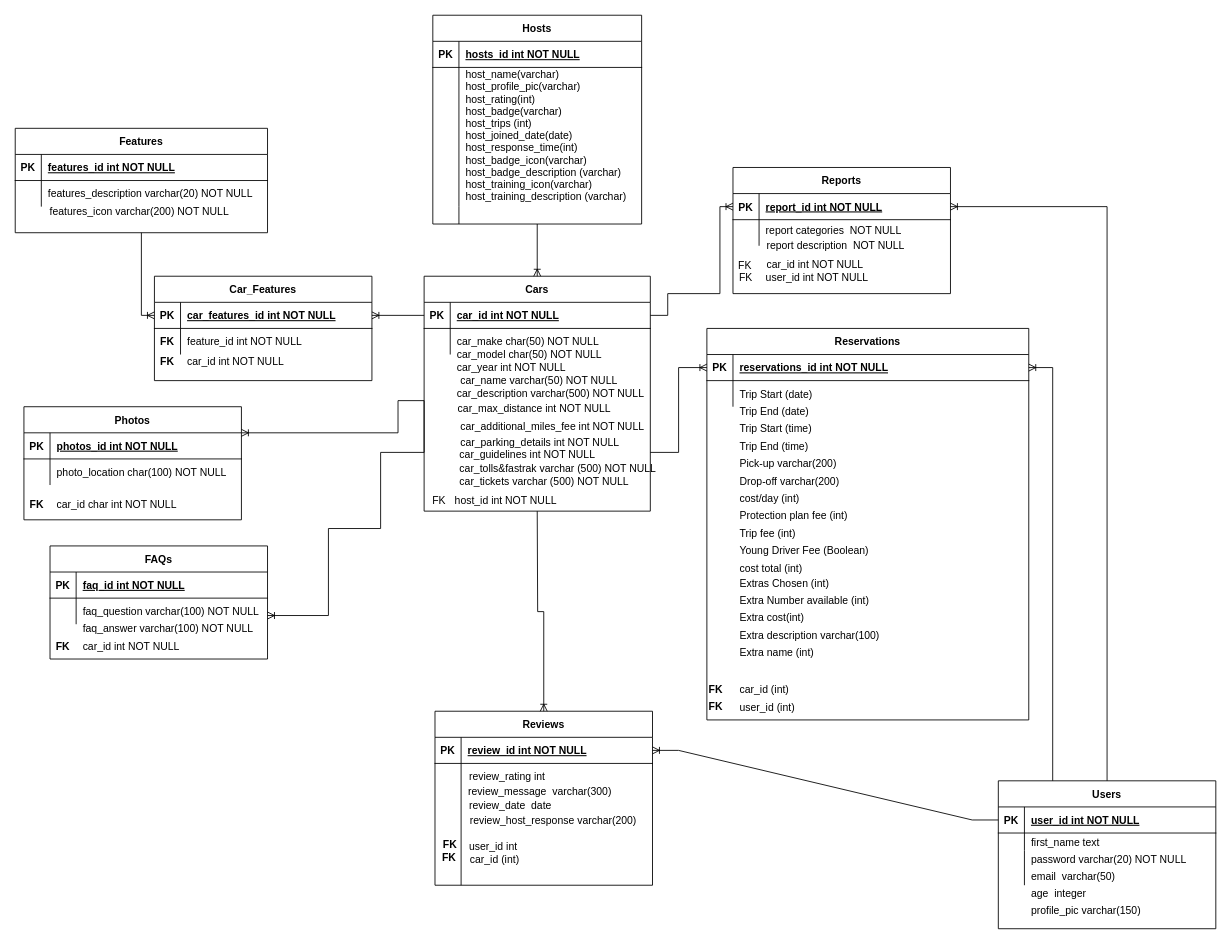
Before: page "ERD" (1 of 2) of Untitled Diagram.drawio in crose275/fec-turo, a draw.io diagram. Source tidied: cells renumbered, new cells numbered last; positions are measured from the earlier drawing's top-left corner, leaving out a move shared by most shapes. Both pictures are drawn from the tidied source at 87%, with x=0, y=0 at pixel (15, 15).
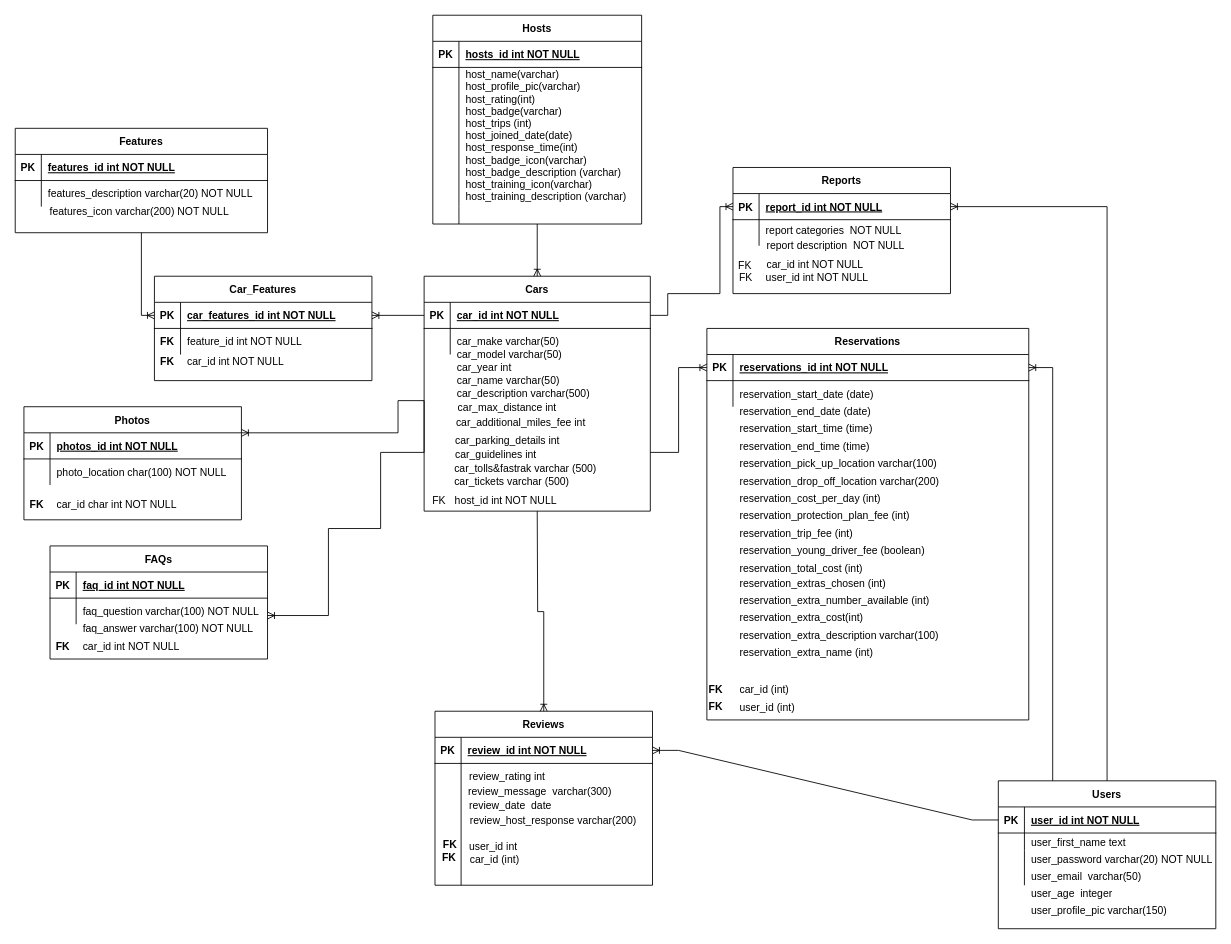
The same page after the edit.

The change refers to these unchanged cells:
```xml
<mxCell id="6" style="shape=partialRectangle;fillColor=none;top=0;left=0;right=0;bottom=0;" parent="2" vertex="1">
  <mxGeometry y="60" width="250" height="20" as="geometry" />
</mxCell>
<mxCell id="26" style="shape=partialRectangle;fillColor=none;top=0;left=0;right=0;bottom=0;" parent="22" vertex="1">
  <mxGeometry y="60" width="260" height="30" as="geometry" />
</mxCell>
<mxCell id="50" style="shape=partialRectangle;fillColor=none;top=0;left=0;right=0;bottom=0;" parent="46" vertex="1">
  <mxGeometry y="60" width="370" height="30" as="geometry" />
</mxCell>
<mxCell id="97" style="shape=partialRectangle;fillColor=none;top=0;left=0;right=0;bottom=0;" parent="1" vertex="1">
  <mxGeometry x="1130" y="979" width="250" height="20" as="geometry" />
</mxCell>
<mxCell id="100" style="shape=partialRectangle;fillColor=none;top=0;left=0;right=0;bottom=0;" parent="1" vertex="1">
  <mxGeometry x="1130" y="960" width="250" height="20" as="geometry" />
</mxCell>
<mxCell id="104" style="shape=partialRectangle;fillColor=none;top=0;left=0;right=0;bottom=0;" parent="1" vertex="1">
  <mxGeometry x="1130" y="999" width="250" height="20" as="geometry" />
</mxCell>
<mxCell id="116" style="shape=partialRectangle;fillColor=none;top=0;left=0;right=0;bottom=0;" parent="1" vertex="1">
  <mxGeometry x="1130" y="1019" width="250" height="20" as="geometry" />
</mxCell>
```

Diff of the diagram source:
```diff
@@
-    <mxCell id="8" value="first_name text" style="shape=partialRectangle;overflow=hidden;fillColor=none;top=0;left=0;bottom=0;right=0;align=left;spacingLeft=6;" parent="6" vertex="1">
+    <mxCell id="8" value="user_first_name text" style="shape=partialRectangle;overflow=hidden;fillColor=none;top=0;left=0;bottom=0;right=0;align=left;spacingLeft=6;" parent="6" vertex="1">
       <mxGeometry x="30" width="220" height="20" as="geometry" />
     </mxCell>
@@
-    <mxCell id="28" value="car_make char(50) NOT NULL" style="shape=partialRectangle;overflow=hidden;fillColor=none;top=0;left=0;bottom=0;right=0;align=left;spacingLeft=6;" parent="26" vertex="1">
+    <mxCell id="28" value="car_make varchar(50)" style="shape=partialRectangle;overflow=hidden;fillColor=none;top=0;left=0;bottom=0;right=0;align=left;spacingLeft=6;" parent="26" vertex="1">
       <mxGeometry x="30" width="230" height="30" as="geometry" />
     </mxCell>
@@
-    <mxCell id="36" value="car_model char(50) NOT NULL" style="shape=partialRectangle;overflow=hidden;fillColor=none;top=0;left=0;bottom=0;right=0;align=left;spacingLeft=6;" parent="1" vertex="1">
-      <mxGeometry x="500" y="374" width="220" height="30" as="geometry" />
+    <mxCell id="36" value="car_model varchar(50)" style="shape=partialRectangle;overflow=hidden;fillColor=none;top=0;left=0;bottom=0;right=0;align=left;spacingLeft=6;" parent="1" vertex="1">
+      <mxGeometry x="500" y="378" width="220" height="24" as="geometry" />
     </mxCell>
-    <mxCell id="37" value="car_year int NOT NULL" style="shape=partialRectangle;overflow=hidden;fillColor=none;top=0;left=0;bottom=0;right=0;align=left;spacingLeft=6;" parent="1" vertex="1">
+    <mxCell id="37" value="car_year int" style="shape=partialRectangle;overflow=hidden;fillColor=none;top=0;left=0;bottom=0;right=0;align=left;spacingLeft=6;" parent="1" vertex="1">
       <mxGeometry x="500" y="389" width="220" height="30" as="geometry" />
     </mxCell>
@@
-    <mxCell id="52" value="Trip Start (date)" style="shape=partialRectangle;overflow=hidden;fillColor=none;top=0;left=0;bottom=0;right=0;align=left;spacingLeft=6;" parent="50" vertex="1">
+    <mxCell id="52" value="reservation_start_date (date)" style="shape=partialRectangle;overflow=hidden;fillColor=none;top=0;left=0;bottom=0;right=0;align=left;spacingLeft=6;" parent="50" vertex="1">
       <mxGeometry x="30" width="340" height="30" as="geometry" />
     </mxCell>
@@
-    <mxCell id="80" value="car_description varchar(500) NOT NULL" style="shape=partialRectangle;overflow=hidden;fillColor=none;top=0;left=0;bottom=0;right=0;align=left;spacingLeft=6;" parent="1" vertex="1">
+    <mxCell id="80" value="car_description varchar(500)" style="shape=partialRectangle;overflow=hidden;fillColor=none;top=0;left=0;bottom=0;right=0;align=left;spacingLeft=6;" parent="1" vertex="1">
       <mxGeometry x="500" y="419" width="230" height="30" as="geometry" />
     </mxCell>
-    <mxCell id="81" value="Pick-up varchar(200)" style="shape=partialRectangle;overflow=hidden;fillColor=none;top=0;left=0;bottom=0;right=0;align=left;spacingLeft=6;" parent="1" vertex="1">
+    <mxCell id="81" value="reservation_pick_up_location varchar(100)" style="shape=partialRectangle;overflow=hidden;fillColor=none;top=0;left=0;bottom=0;right=0;align=left;spacingLeft=6;" parent="1" vertex="1">
       <mxGeometry x="825" y="500" width="340" height="30" as="geometry" />
     </mxCell>
@@
-    <mxCell id="89" value="cost/day (int)" style="shape=partialRectangle;overflow=hidden;fillColor=none;top=0;left=0;bottom=0;right=0;align=left;spacingLeft=6;" parent="1" vertex="1">
+    <mxCell id="89" value="reservation_cost_per_day (int)" style="shape=partialRectangle;overflow=hidden;fillColor=none;top=0;left=0;bottom=0;right=0;align=left;spacingLeft=6;" parent="1" vertex="1">
       <mxGeometry x="825" y="540" width="340" height="30" as="geometry" />
     </mxCell>
@@
-    <mxCell id="91" value="cost total (int)" style="shape=partialRectangle;overflow=hidden;fillColor=none;top=0;left=0;bottom=0;right=0;align=left;spacingLeft=6;" parent="1" vertex="1">
+    <mxCell id="91" value="reservation_total_cost (int)" style="shape=partialRectangle;overflow=hidden;fillColor=none;top=0;left=0;bottom=0;right=0;align=left;spacingLeft=6;" parent="1" vertex="1">
       <mxGeometry x="825" y="620" width="340" height="30" as="geometry" />
     </mxCell>
@@
-    <mxCell id="93" value="Trip End (date)" style="shape=partialRectangle;overflow=hidden;fillColor=none;top=0;left=0;bottom=0;right=0;align=left;spacingLeft=6;" parent="1" vertex="1">
+    <mxCell id="93" value="reservation_end_date (date)" style="shape=partialRectangle;overflow=hidden;fillColor=none;top=0;left=0;bottom=0;right=0;align=left;spacingLeft=6;" parent="1" vertex="1">
       <mxGeometry x="825" y="440" width="340" height="30" as="geometry" />
     </mxCell>
@@
-    <mxCell id="95" value="Trip Start (time)" style="shape=partialRectangle;overflow=hidden;fillColor=none;top=0;left=0;bottom=0;right=0;align=left;spacingLeft=6;" parent="1" vertex="1">
+    <mxCell id="95" value="reservation_start_time (time)" style="shape=partialRectangle;overflow=hidden;fillColor=none;top=0;left=0;bottom=0;right=0;align=left;spacingLeft=6;" parent="1" vertex="1">
       <mxGeometry x="825" y="460" width="340" height="30" as="geometry" />
     </mxCell>
-    <mxCell id="96" value="Trip End (time)" style="shape=partialRectangle;overflow=hidden;fillColor=none;top=0;left=0;bottom=0;right=0;align=left;spacingLeft=6;" parent="1" vertex="1">
+    <mxCell id="96" value="reservation_end_time (time)" style="shape=partialRectangle;overflow=hidden;fillColor=none;top=0;left=0;bottom=0;right=0;align=left;spacingLeft=6;" parent="1" vertex="1">
       <mxGeometry x="825" y="480" width="340" height="30" as="geometry" />
     </mxCell>
@@
-    <mxCell id="99" value="email  varchar(50)" style="shape=partialRectangle;overflow=hidden;fillColor=none;top=0;left=0;bottom=0;right=0;align=left;spacingLeft=6;" parent="97" vertex="1">
+    <mxCell id="99" value="user_email  varchar(50)" style="shape=partialRectangle;overflow=hidden;fillColor=none;top=0;left=0;bottom=0;right=0;align=left;spacingLeft=6;" parent="97" vertex="1">
       <mxGeometry x="30" width="220" height="20" as="geometry" />
     </mxCell>
@@
-    <mxCell id="102" value="password varchar(20) NOT NULL" style="shape=partialRectangle;overflow=hidden;fillColor=none;top=0;left=0;bottom=0;right=0;align=left;spacingLeft=6;" parent="100" vertex="1">
+    <mxCell id="102" value="user_password varchar(20) NOT NULL" style="shape=partialRectangle;overflow=hidden;fillColor=none;top=0;left=0;bottom=0;right=0;align=left;spacingLeft=6;" parent="100" vertex="1">
       <mxGeometry x="30" width="220" height="20" as="geometry" />
     </mxCell>
@@
-    <mxCell id="106" value="age  integer" style="shape=partialRectangle;overflow=hidden;fillColor=none;top=0;left=0;bottom=0;right=0;align=left;spacingLeft=6;" parent="104" vertex="1">
+    <mxCell id="106" value="user_age  integer" style="shape=partialRectangle;overflow=hidden;fillColor=none;top=0;left=0;bottom=0;right=0;align=left;spacingLeft=6;" parent="104" vertex="1">
       <mxGeometry x="30" width="220" height="20" as="geometry" />
     </mxCell>
@@
-    <mxCell id="108" value="Drop-off varchar(200)" style="shape=partialRectangle;overflow=hidden;fillColor=none;top=0;left=0;bottom=0;right=0;align=left;spacingLeft=6;" parent="1" vertex="1">
+    <mxCell id="108" value="reservation_drop_off_location varchar(200)" style="shape=partialRectangle;overflow=hidden;fillColor=none;top=0;left=0;bottom=0;right=0;align=left;spacingLeft=6;" parent="1" vertex="1">
       <mxGeometry x="825" y="520" width="340" height="30" as="geometry" />
     </mxCell>
@@
-    <mxCell id="114" value="Protection plan fee (int)" style="shape=partialRectangle;overflow=hidden;fillColor=none;top=0;left=0;bottom=0;right=0;align=left;spacingLeft=6;" parent="1" vertex="1">
+    <mxCell id="114" value="reservation_protection_plan_fee (int)" style="shape=partialRectangle;overflow=hidden;fillColor=none;top=0;left=0;bottom=0;right=0;align=left;spacingLeft=6;" parent="1" vertex="1">
       <mxGeometry x="825" y="560" width="340" height="30" as="geometry" />
     </mxCell>
-    <mxCell id="115" value="Trip fee (int)" style="shape=partialRectangle;overflow=hidden;fillColor=none;top=0;left=0;bottom=0;right=0;align=left;spacingLeft=6;" parent="1" vertex="1">
+    <mxCell id="115" value="reservation_trip_fee (int)" style="shape=partialRectangle;overflow=hidden;fillColor=none;top=0;left=0;bottom=0;right=0;align=left;spacingLeft=6;" parent="1" vertex="1">
       <mxGeometry x="825" y="580" width="340" height="30" as="geometry" />
     </mxCell>
@@
-    <mxCell id="118" value="profile_pic varchar(150)" style="shape=partialRectangle;overflow=hidden;fillColor=none;top=0;left=0;bottom=0;right=0;align=left;spacingLeft=6;" parent="116" vertex="1">
+    <mxCell id="118" value="user_profile_pic varchar(150)" style="shape=partialRectangle;overflow=hidden;fillColor=none;top=0;left=0;bottom=0;right=0;align=left;spacingLeft=6;" parent="116" vertex="1">
       <mxGeometry x="30" width="220" height="20" as="geometry" />
     </mxCell>
-    <mxCell id="119" value="car_max_distance int NOT NULL" style="shape=partialRectangle;overflow=hidden;fillColor=none;top=0;left=0;bottom=0;right=0;align=left;spacingLeft=6;" parent="1" vertex="1">
-      <mxGeometry x="501" y="437" width="230" height="30" as="geometry" />
+    <mxCell id="119" value="car_max_distance int" style="shape=partialRectangle;overflow=hidden;fillColor=none;top=0;left=0;bottom=0;right=0;align=left;spacingLeft=6;" parent="1" vertex="1">
+      <mxGeometry x="501" y="439" width="230" height="23" as="geometry" />
     </mxCell>
-    <mxCell id="120" value="car_additional_miles_fee int NOT NULL" style="shape=partialRectangle;overflow=hidden;fillColor=none;top=0;left=0;bottom=0;right=0;align=left;spacingLeft=6;" parent="1" vertex="1">
-      <mxGeometry x="504" y="457" width="230" height="30" as="geometry" />
+    <mxCell id="120" value="car_additional_miles_fee int" style="shape=partialRectangle;overflow=hidden;fillColor=none;top=0;left=0;bottom=0;right=0;align=left;spacingLeft=6;" parent="1" vertex="1">
+      <mxGeometry x="499" y="456" width="230" height="24" as="geometry" />
     </mxCell>
-    <mxCell id="121" value="Young Driver Fee (Boolean)" style="shape=partialRectangle;overflow=hidden;fillColor=none;top=0;left=0;bottom=0;right=0;align=left;spacingLeft=6;" parent="1" vertex="1">
+    <mxCell id="121" value="reservation_young_driver_fee (boolean)" style="shape=partialRectangle;overflow=hidden;fillColor=none;top=0;left=0;bottom=0;right=0;align=left;spacingLeft=6;" parent="1" vertex="1">
       <mxGeometry x="825" y="600" width="340" height="30" as="geometry" />
     </mxCell>
@@
-    <mxCell id="129" value="Extra Number available (int)" style="shape=partialRectangle;overflow=hidden;fillColor=none;top=0;left=0;bottom=0;right=0;align=left;spacingLeft=6;" parent="1" vertex="1">
+    <mxCell id="129" value="reservation_extra_number_available (int)" style="shape=partialRectangle;overflow=hidden;fillColor=none;top=0;left=0;bottom=0;right=0;align=left;spacingLeft=6;" parent="1" vertex="1">
       <mxGeometry x="825" y="657" width="340" height="30" as="geometry" />
     </mxCell>
-    <mxCell id="130" value="car_parking_details int NOT NULL" style="shape=partialRectangle;overflow=hidden;fillColor=none;top=0;left=0;bottom=0;right=0;align=left;spacingLeft=6;" parent="1" vertex="1">
-      <mxGeometry x="504" y="476" width="230" height="30" as="geometry" />
+    <mxCell id="130" value="car_parking_details int" style="shape=partialRectangle;overflow=hidden;fillColor=none;top=0;left=0;bottom=0;right=0;align=left;spacingLeft=6;" parent="1" vertex="1">
+      <mxGeometry x="498" y="476" width="230" height="24" as="geometry" />
     </mxCell>
-    <mxCell id="131" value="Extra cost(int)" style="shape=partialRectangle;overflow=hidden;fillColor=none;top=0;left=0;bottom=0;right=0;align=left;spacingLeft=6;" parent="1" vertex="1">
+    <mxCell id="131" value="reservation_extra_cost(int)" style="shape=partialRectangle;overflow=hidden;fillColor=none;top=0;left=0;bottom=0;right=0;align=left;spacingLeft=6;" parent="1" vertex="1">
       <mxGeometry x="825" y="677" width="340" height="30" as="geometry" />
     </mxCell>
-    <mxCell id="132" value="car_guidelines int NOT NULL" style="shape=partialRectangle;overflow=hidden;fillColor=none;top=0;left=0;bottom=0;right=0;align=left;spacingLeft=6;" parent="1" vertex="1">
-      <mxGeometry x="503" y="490" width="230" height="30" as="geometry" />
+    <mxCell id="132" value="car_guidelines int" style="shape=partialRectangle;overflow=hidden;fillColor=none;top=0;left=0;bottom=0;right=0;align=left;spacingLeft=6;" parent="1" vertex="1">
+      <mxGeometry x="498" y="489" width="230" height="30" as="geometry" />
     </mxCell>
-    <mxCell id="133" value="Extra description varchar(100)" style="shape=partialRectangle;overflow=hidden;fillColor=none;top=0;left=0;bottom=0;right=0;align=left;spacingLeft=6;" parent="1" vertex="1">
+    <mxCell id="133" value="reservation_extra_description varchar(100)" style="shape=partialRectangle;overflow=hidden;fillColor=none;top=0;left=0;bottom=0;right=0;align=left;spacingLeft=6;" parent="1" vertex="1">
       <mxGeometry x="825" y="697" width="340" height="30" as="geometry" />
     </mxCell>
@@
-    <mxCell id="135" value="Extra name (int) " style="shape=partialRectangle;overflow=hidden;fillColor=none;top=0;left=0;bottom=0;right=0;align=left;spacingLeft=6;" parent="1" vertex="1">
+    <mxCell id="135" value="reservation_extra_name (int) " style="shape=partialRectangle;overflow=hidden;fillColor=none;top=0;left=0;bottom=0;right=0;align=left;spacingLeft=6;" parent="1" vertex="1">
       <mxGeometry x="825" y="717" width="340" height="30" as="geometry" />
     </mxCell>
@@
-    <mxCell id="137" value="Extras Chosen (int)" style="shape=partialRectangle;overflow=hidden;fillColor=none;top=0;left=0;bottom=0;right=0;align=left;spacingLeft=6;fontStyle=0;" parent="1" vertex="1">
+    <mxCell id="137" value="reservation_extras_chosen (int)" style="shape=partialRectangle;overflow=hidden;fillColor=none;top=0;left=0;bottom=0;right=0;align=left;spacingLeft=6;fontStyle=0;" parent="1" vertex="1">
       <mxGeometry x="825" y="638" width="340" height="30" as="geometry" />
     </mxCell>
@@
-    <mxCell id="140" value="car_tolls&amp;fastrak varchar (500) NOT NULL" style="shape=partialRectangle;overflow=hidden;fillColor=none;top=0;left=0;bottom=0;right=0;align=left;spacingLeft=6;" parent="1" vertex="1">
-      <mxGeometry x="503" y="506" width="237" height="30" as="geometry" />
+    <mxCell id="140" value="car_tolls&amp;fastrak varchar (500)" style="shape=partialRectangle;overflow=hidden;fillColor=none;top=0;left=0;bottom=0;right=0;align=left;spacingLeft=6;" parent="1" vertex="1">
+      <mxGeometry x="497" y="506" width="237" height="30" as="geometry" />
     </mxCell>
@@
-    <mxCell id="142" value="car_name varchar(50) NOT NULL" style="shape=partialRectangle;overflow=hidden;fillColor=none;top=0;left=0;bottom=0;right=0;align=left;spacingLeft=6;" parent="1" vertex="1">
-      <mxGeometry x="504" y="404" width="220" height="30" as="geometry" />
+    <mxCell id="142" value="car_name varchar(50)" style="shape=partialRectangle;overflow=hidden;fillColor=none;top=0;left=0;bottom=0;right=0;align=left;spacingLeft=6;" parent="1" vertex="1">
+      <mxGeometry x="500" y="404" width="220" height="30" as="geometry" />
     </mxCell>
@@
-    <mxCell id="155" value="car_tickets varchar (500) NOT NULL" style="shape=partialRectangle;overflow=hidden;fillColor=none;top=0;left=0;bottom=0;right=0;align=left;spacingLeft=6;" parent="1" vertex="1">
-      <mxGeometry x="503" y="520" width="230" height="30" as="geometry" />
+    <mxCell id="155" value="car_tickets varchar (500)" style="shape=partialRectangle;overflow=hidden;fillColor=none;top=0;left=0;bottom=0;right=0;align=left;spacingLeft=6;" parent="1" vertex="1">
+      <mxGeometry x="497" y="520" width="230" height="30" as="geometry" />
     </mxCell>
```
